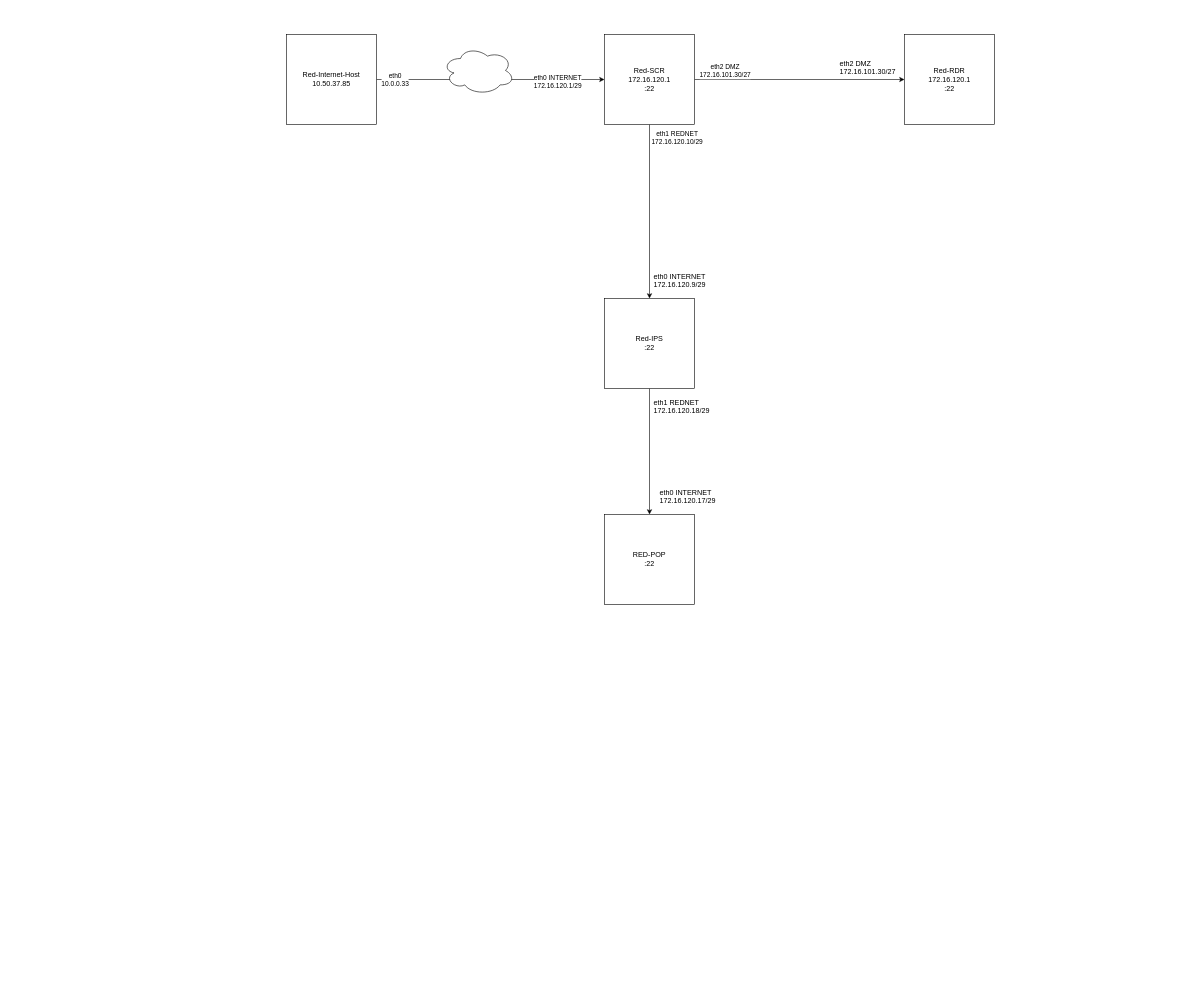
S-DeHerrera-Neil/Draw.io keeps this draw.io diagram as page "Page-2" (2 of 2) of FirstNetReconDiagram.drawio. Above is the earlier version. Source tidied: cells renumbered, new cells numbered last; positions are measured from the earlier drawing's top-left corner, leaving out a move shared by most shapes. Both pictures are drawn from the tidied source at 60%, with x=0, y=0 at pixel (286, 34).
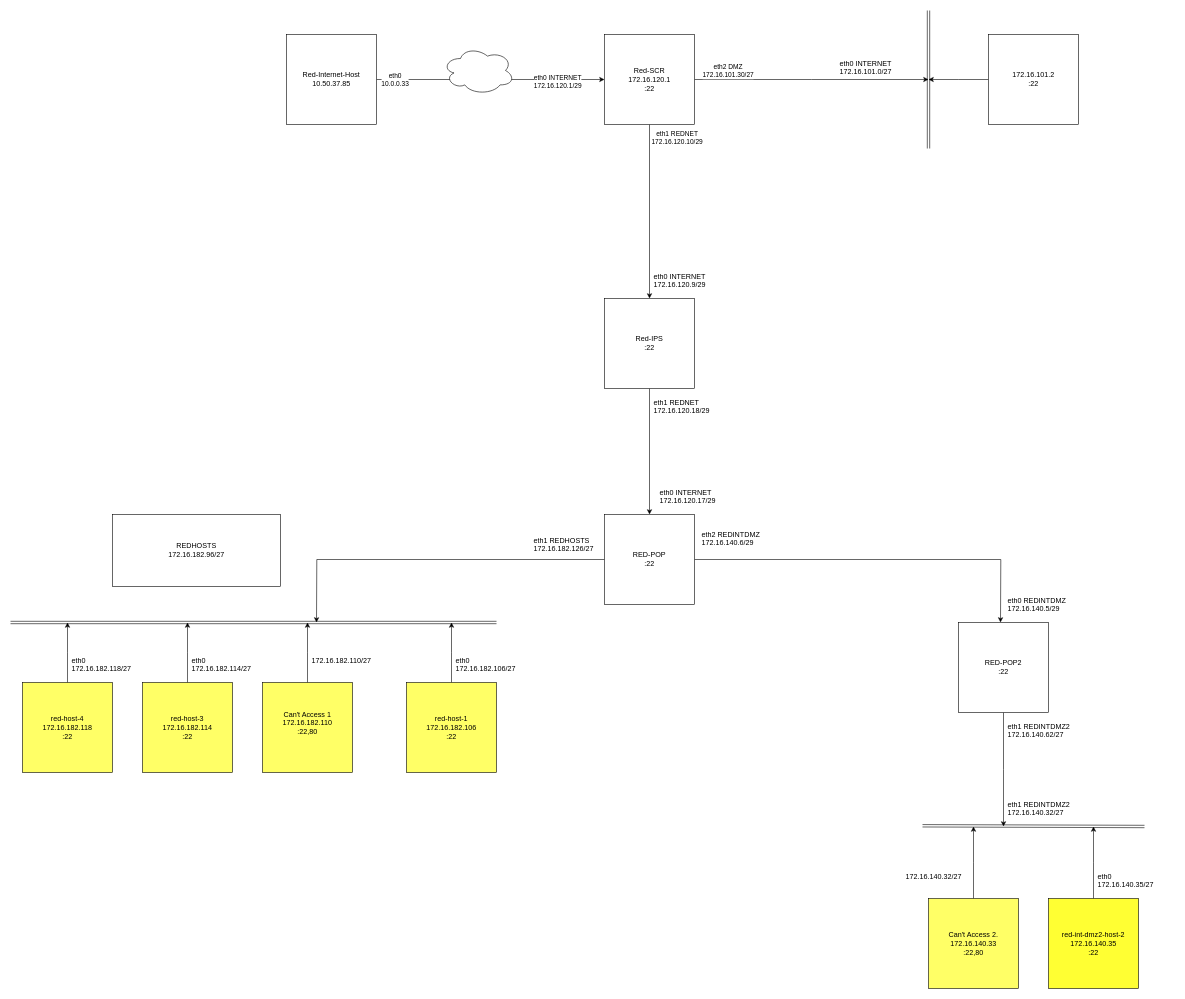
Above is the later version.

The change refers to these unchanged cells:
```xml
<mxCell id="10" value="&lt;div&gt;Red-SCR&lt;/div&gt;172.16.120.1&lt;div&gt;:22&lt;/div&gt;" style="whiteSpace=wrap;html=1;" parent="1" vertex="1">
  <mxGeometry x="530" width="150" height="150" as="geometry" />
</mxCell>
<mxCell id="17" value="&lt;div&gt;RED-POP&lt;/div&gt;&lt;div&gt;:22&lt;/div&gt;" style="whiteSpace=wrap;html=1;" parent="1" vertex="1">
  <mxGeometry x="530" y="800" width="150" height="150" as="geometry" />
</mxCell>
```

What changed in the source:
```diff
@@
-    <mxCell id="6" style="edgeStyle=orthogonalEdgeStyle;rounded=0;jettySize=auto;html=1;entryX=0;entryY=0.5;entryDx=0;entryDy=0;" parent="1" edge="1" source="10" target="12">
-      <mxGeometry relative="1" as="geometry" />
+    <mxCell id="6" style="edgeStyle=orthogonalEdgeStyle;rounded=0;jettySize=auto;html=1;" parent="1" edge="1" source="10">
+      <mxGeometry relative="1" as="geometry">
+        <mxPoint x="1070" y="75" as="targetPoint" />
+      </mxGeometry>
     </mxCell>
@@
+    <mxCell id="20" style="edgeStyle=orthogonalEdgeStyle;rounded=0;jettySize=auto;html=1;exitX=0;exitY=0.5;exitDx=0;exitDy=0;" parent="1" edge="1" source="12">
+      <mxGeometry relative="1" as="geometry">
+        <mxPoint x="1070" y="75" as="targetPoint" />
+      </mxGeometry>
+    </mxCell>
-    <mxCell id="12" value="&lt;div&gt;Red-RDR&lt;/div&gt;172.16.120.1&lt;div&gt;:22&lt;/div&gt;" style="whiteSpace=wrap;html=1;" parent="1" vertex="1">
-      <mxGeometry x="1030" width="150" height="150" as="geometry" />
+    <mxCell id="12" value="&lt;div&gt;172.16.101.2&lt;/div&gt;&lt;div&gt;:22&lt;/div&gt;" style="whiteSpace=wrap;html=1;" parent="1" vertex="1">
+      <mxGeometry x="1170" width="150" height="150" as="geometry" />
     </mxCell>
@@
-    <mxCell id="16" value="eth2 DMZ&#10;172.16.101.30/27" style="text;whiteSpace=wrap;html=1;" parent="1" vertex="1">
+    <mxCell id="16" value="eth0 INTERNET&lt;br&gt;172.16.101.0/27" style="text;whiteSpace=wrap;html=1;" parent="1" vertex="1">
       <mxGeometry x="920" y="35" width="130" height="50" as="geometry" />
     </mxCell>
+    <mxCell id="21" style="edgeStyle=orthogonalEdgeStyle;rounded=0;jettySize=auto;html=1;exitX=0;exitY=0.5;exitDx=0;exitDy=0;" parent="1" edge="1" source="17">
+      <mxGeometry relative="1" as="geometry">
+        <mxPoint x="50" y="980" as="targetPoint" />
+      </mxGeometry>
+    </mxCell>
+    <mxCell id="22" style="edgeStyle=orthogonalEdgeStyle;rounded=0;jettySize=auto;html=1;" parent="1" edge="1" source="17">
+      <mxGeometry relative="1" as="geometry">
+        <mxPoint x="1190" y="980" as="targetPoint" />
+      </mxGeometry>
+    </mxCell>
@@
+    <mxCell id="23" style="shape=link;html=1;rounded=0;" parent="1" edge="1">
+      <mxGeometry relative="1" as="geometry">
+        <mxPoint x="1070" y="-40" as="sourcePoint" />
+        <mxPoint x="1070" y="190" as="targetPoint" />
+      </mxGeometry>
+    </mxCell>
+    <mxCell id="24" style="shape=link;html=1;rounded=0;" parent="1" edge="1">
+      <mxGeometry relative="1" as="geometry">
+        <mxPoint x="-460" y="980" as="sourcePoint" />
+        <mxPoint x="350" y="980" as="targetPoint" />
+      </mxGeometry>
+    </mxCell>
+    <mxCell id="25" value="REDHOSTS&lt;div&gt;172.16.182.96/27&lt;/div&gt;" style="rounded=0;whiteSpace=wrap;html=1;" parent="1" vertex="1">
+      <mxGeometry x="-290" y="800" width="280" height="120" as="geometry" />
+    </mxCell>
+    <mxCell id="26" style="edgeStyle=orthogonalEdgeStyle;rounded=0;jettySize=auto;html=1;" parent="1" edge="1" source="27">
+      <mxGeometry relative="1" as="geometry">
+        <mxPoint x="1195" y="1320" as="targetPoint" />
+      </mxGeometry>
+    </mxCell>
+    <mxCell id="27" value="&lt;div&gt;&lt;div&gt;RED-POP2&lt;/div&gt;&lt;/div&gt;&lt;div&gt;:22&lt;/div&gt;" style="whiteSpace=wrap;html=1;" parent="1" vertex="1">
+      <mxGeometry x="1120" y="980" width="150" height="150" as="geometry" />
+    </mxCell>
+    <mxCell id="28" value="eth2 REDINTDMZ&lt;br&gt;172.16.140.6/29" style="text;whiteSpace=wrap;html=1;" parent="1" vertex="1">
+      <mxGeometry x="690" y="820" width="130" height="50" as="geometry" />
+    </mxCell>
+    <mxCell id="29" value="eth0 REDINTDMZ&lt;br&gt;172.16.140.5/29" style="text;whiteSpace=wrap;html=1;" parent="1" vertex="1">
+      <mxGeometry x="1200" y="930" width="130" height="50" as="geometry" />
+    </mxCell>
+    <mxCell id="30" style="edgeStyle=orthogonalEdgeStyle;rounded=0;jettySize=auto;html=1;" parent="1" edge="1" source="31">
+      <mxGeometry relative="1" as="geometry">
+        <mxPoint x="1345" y="1320" as="targetPoint" />
+      </mxGeometry>
+    </mxCell>
+    <mxCell id="31" value="&lt;div&gt;&lt;div&gt;red-int-dmz2-host-2&lt;/div&gt;&lt;div&gt;172.16.140.35&lt;/div&gt;&lt;div&gt;&lt;span style=&quot;background-color: initial;&quot;&gt;:22&lt;/span&gt;&lt;br&gt;&lt;/div&gt;&lt;/div&gt;" style="whiteSpace=wrap;html=1;fillColor=#FFFF33;" parent="1" vertex="1">
+      <mxGeometry x="1270" y="1440" width="150" height="150" as="geometry" />
+    </mxCell>
+    <mxCell id="32" value="eth1 REDINTDMZ2&lt;br&gt;172.16.140.62/27" style="text;whiteSpace=wrap;html=1;" parent="1" vertex="1">
+      <mxGeometry x="1200" y="1140" width="130" height="50" as="geometry" />
+    </mxCell>
+    <mxCell id="33" value="eth1 REDINTDMZ2&lt;br&gt;172.16.140.32/27" style="text;whiteSpace=wrap;html=1;" parent="1" vertex="1">
+      <mxGeometry x="1200" y="1270" width="130" height="50" as="geometry" />
+    </mxCell>
+    <mxCell id="34" style="shape=link;html=1;rounded=0;" parent="1" edge="1">
+      <mxGeometry relative="1" as="geometry">
+        <mxPoint x="1060" y="1318.8" as="sourcePoint" />
+        <mxPoint x="1430" y="1320" as="targetPoint" />
+      </mxGeometry>
+    </mxCell>
+    <mxCell id="35" style="edgeStyle=orthogonalEdgeStyle;rounded=0;jettySize=auto;html=1;" parent="1" edge="1" source="36">
+      <mxGeometry relative="1" as="geometry">
+        <mxPoint x="1145" y="1320" as="targetPoint" />
+      </mxGeometry>
+    </mxCell>
+    <mxCell id="36" value="&lt;div&gt;Can't Access 2.&lt;/div&gt;&lt;div&gt;172.16.140.33&lt;/div&gt;&lt;div&gt;:22,80&lt;/div&gt;" style="whiteSpace=wrap;html=1;fillColor=#FFFF66;" parent="1" vertex="1">
+      <mxGeometry x="1070" y="1440" width="150" height="150" as="geometry" />
+    </mxCell>
+    <mxCell id="37" value="eth1 REDHOSTS&lt;br&gt;172.16.182.126/27" style="text;whiteSpace=wrap;html=1;" parent="1" vertex="1">
+      <mxGeometry x="410" y="830" width="130" height="50" as="geometry" />
+    </mxCell>
+    <mxCell id="38" style="edgeStyle=orthogonalEdgeStyle;rounded=0;jettySize=auto;html=1;" parent="1" edge="1" source="39">
+      <mxGeometry relative="1" as="geometry">
+        <mxPoint x="275" y="980" as="targetPoint" />
+      </mxGeometry>
+    </mxCell>
+    <mxCell id="39" value="&lt;div&gt;red-host-1&lt;/div&gt;&lt;div&gt;172.16.182.106&lt;/div&gt;&lt;div&gt;:22&lt;/div&gt;" style="whiteSpace=wrap;html=1;fillColor=#FFFF66;" parent="1" vertex="1">
+      <mxGeometry x="200" y="1080" width="150" height="150" as="geometry" />
+    </mxCell>
+    <mxCell id="40" style="edgeStyle=orthogonalEdgeStyle;rounded=0;jettySize=auto;html=1;" parent="1" edge="1" source="41">
+      <mxGeometry relative="1" as="geometry">
+        <mxPoint x="35" y="980" as="targetPoint" />
+      </mxGeometry>
+    </mxCell>
+    <mxCell id="41" value="&lt;div&gt;Can't Access 1&lt;/div&gt;&lt;div&gt;172.16.182.110&lt;/div&gt;&lt;div&gt;:22,80&lt;/div&gt;&lt;div&gt;&lt;br&gt;&lt;/div&gt;" style="whiteSpace=wrap;html=1;fillColor=#FFFF66;" parent="1" vertex="1">
+      <mxGeometry x="-40" y="1080" width="150" height="150" as="geometry" />
+    </mxCell>
+    <mxCell id="42" style="edgeStyle=orthogonalEdgeStyle;rounded=0;jettySize=auto;html=1;" parent="1" edge="1" source="43">
+      <mxGeometry relative="1" as="geometry">
+        <mxPoint x="-165" y="980" as="targetPoint" />
+      </mxGeometry>
+    </mxCell>
+    <mxCell id="43" value="&lt;div&gt;red-host-3&lt;/div&gt;&lt;div&gt;172.16.182.114&lt;/div&gt;&lt;div&gt;:22&lt;/div&gt;" style="whiteSpace=wrap;html=1;fillColor=#FFFF66;" parent="1" vertex="1">
+      <mxGeometry x="-240" y="1080" width="150" height="150" as="geometry" />
+    </mxCell>
+    <mxCell id="44" style="edgeStyle=orthogonalEdgeStyle;rounded=0;jettySize=auto;html=1;" parent="1" edge="1" source="45">
+      <mxGeometry relative="1" as="geometry">
+        <mxPoint x="-365" y="980" as="targetPoint" />
+      </mxGeometry>
+    </mxCell>
+    <mxCell id="45" value="&lt;div&gt;red-host-4&lt;/div&gt;&lt;div&gt;172.16.182.118&lt;/div&gt;&lt;div&gt;:22&lt;/div&gt;" style="whiteSpace=wrap;html=1;fillColor=#FFFF66;" parent="1" vertex="1">
+      <mxGeometry x="-440" y="1080" width="150" height="150" as="geometry" />
+    </mxCell>
+    <mxCell id="46" value="eth0&lt;br&gt;172.16.140.35/27" style="text;whiteSpace=wrap;html=1;" parent="1" vertex="1">
+      <mxGeometry x="1350" y="1390" width="130" height="50" as="geometry" />
+    </mxCell>
+    <mxCell id="47" value="172.16.140.32/27" style="text;whiteSpace=wrap;html=1;" parent="1" vertex="1">
+      <mxGeometry x="1030" y="1390" width="130" height="50" as="geometry" />
+    </mxCell>
+    <mxCell id="48" value="eth0&lt;br&gt;172.16.182.106/27" style="text;whiteSpace=wrap;html=1;" parent="1" vertex="1">
+      <mxGeometry x="280" y="1030" width="130" height="50" as="geometry" />
+    </mxCell>
+    <mxCell id="49" value="172.16.182.110/27" style="text;whiteSpace=wrap;html=1;" parent="1" vertex="1">
+      <mxGeometry x="40" y="1030" width="130" height="50" as="geometry" />
+    </mxCell>
+    <mxCell id="50" value="eth0&lt;br&gt;172.16.182.114/27" style="text;whiteSpace=wrap;html=1;" parent="1" vertex="1">
+      <mxGeometry x="-160" y="1030" width="130" height="50" as="geometry" />
+    </mxCell>
+    <mxCell id="51" value="eth0&lt;br&gt;172.16.182.118/27" style="text;whiteSpace=wrap;html=1;" parent="1" vertex="1">
+      <mxGeometry x="-360" y="1030" width="130" height="50" as="geometry" />
+    </mxCell>
```
